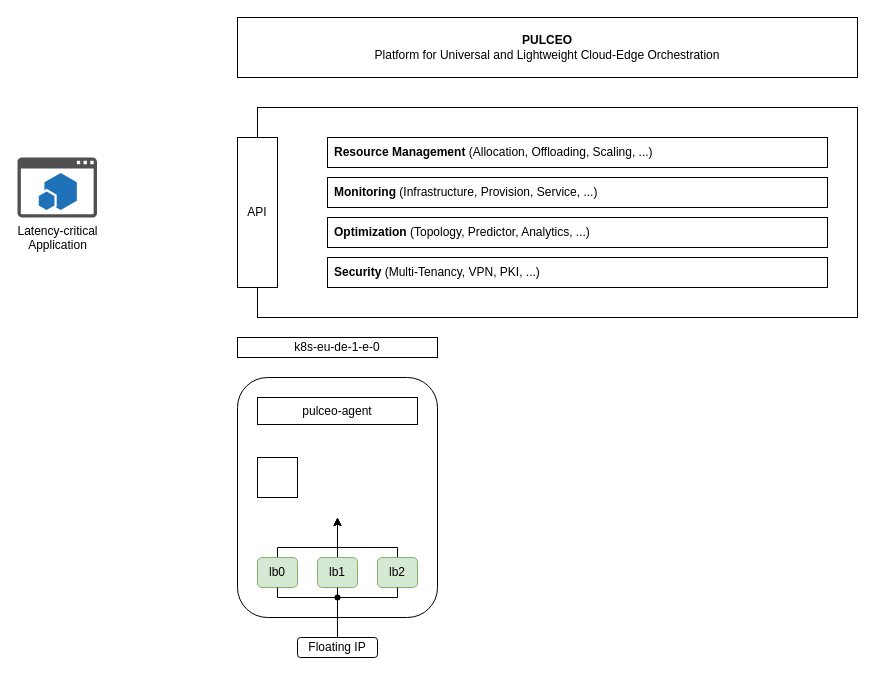
spboehm/pulceo-docs keeps this draw.io diagram as page "Page-1" (1 of 2) of development/assets/pulceo-high-level-overview.drawio. Above is the earlier version. Source tidied: cells renumbered, new cells numbered last; positions are measured from the earlier drawing's top-left corner, leaving out a move shared by most shapes. Both pictures are drawn from the tidied source at 100%, with x=0, y=0 at pixel (17, 17).
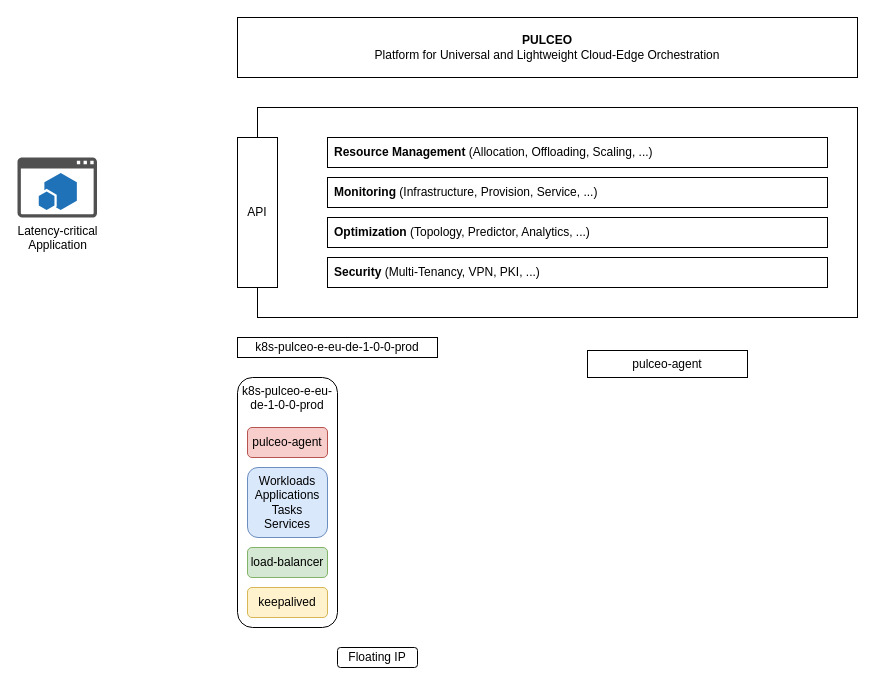
After the change.

Commit message (it also covers changes not shown here):
Deploying to gh-pages from @ spboehm/pulceo-docs@ffb631ba60cb92c48042f91feb1a73885152aa92 🚀

Diff of the diagram source:
```diff
@@
-    <mxCell id="2" style="rounded=1;whiteSpace=wrap;html=1;fillColor=none;" parent="1" vertex="1">
-      <mxGeometry x="220" y="360" width="200" height="240" as="geometry" />
+    <mxCell id="2" value="k8s-pulceo-e-eu-de-1-0-0-prod" style="rounded=1;whiteSpace=wrap;html=1;fillColor=none;verticalAlign=top;fontStyle=0;" parent="1" vertex="1">
+      <mxGeometry x="220" y="360" width="100" height="250" as="geometry" />
     </mxCell>
+    <mxCell id="26" value="Workloads&lt;br&gt;Applications&lt;br&gt;Tasks&lt;br&gt;Services" style="rounded=1;whiteSpace=wrap;html=1;fillColor=#dae8fc;verticalAlign=top;strokeColor=#6c8ebf;" parent="1" vertex="1">
+      <mxGeometry x="230" y="450" width="80" height="70" as="geometry" />
+    </mxCell>
@@
-    <mxCell id="11" style="edgeStyle=orthogonalEdgeStyle;rounded=0;jettySize=auto;html=1;entryX=0.42;entryY=0.565;entryDx=0;entryDy=0;entryPerimeter=0;" parent="1" edge="1" source="12">
-      <mxGeometry relative="1" as="geometry">
-        <mxPoint x="320" y="500" as="targetPoint" />
-        <Array as="points">
-          <mxPoint x="260" y="530" />
-          <mxPoint x="320" y="530" />
-        </Array>
-      </mxGeometry>
-    </mxCell>
-    <mxCell id="12" value="lb0" style="rounded=1;whiteSpace=wrap;html=1;fillColor=#d5e8d4;strokeColor=#82b366;" parent="1" vertex="1">
-      <mxGeometry x="240" y="540" width="40" height="30" as="geometry" />
+    <mxCell id="12" value="load-balancer" style="rounded=1;whiteSpace=wrap;html=1;fillColor=#d5e8d4;strokeColor=#82b366;" parent="1" vertex="1">
+      <mxGeometry x="230" y="530" width="80" height="30" as="geometry" />
     </mxCell>
-    <mxCell id="13" style="edgeStyle=orthogonalEdgeStyle;rounded=0;jettySize=auto;html=1;entryX=0.48;entryY=0.399;entryDx=0;entryDy=0;entryPerimeter=0;" parent="1" edge="1" source="14">
-      <mxGeometry relative="1" as="geometry">
-        <mxPoint x="320" y="500" as="targetPoint" />
-      </mxGeometry>
-    </mxCell>
-    <mxCell id="14" value="lb1" style="rounded=1;whiteSpace=wrap;html=1;fillColor=#d5e8d4;strokeColor=#82b366;" parent="1" vertex="1">
-      <mxGeometry x="300" y="540" width="40" height="30" as="geometry" />
-    </mxCell>
-    <mxCell id="15" style="edgeStyle=orthogonalEdgeStyle;rounded=0;jettySize=auto;html=1;entryX=0.25;entryY=0.5;entryDx=0;entryDy=0;entryPerimeter=0;" parent="1" edge="1" source="16">
-      <mxGeometry relative="1" as="geometry">
-        <mxPoint x="320" y="500" as="targetPoint" />
-        <Array as="points">
-          <mxPoint x="380" y="530" />
-          <mxPoint x="320" y="530" />
-        </Array>
-      </mxGeometry>
-    </mxCell>
-    <mxCell id="16" value="lb2" style="rounded=1;whiteSpace=wrap;html=1;fillColor=#d5e8d4;strokeColor=#82b366;" parent="1" vertex="1">
-      <mxGeometry x="360" y="540" width="40" height="30" as="geometry" />
-    </mxCell>
-    <mxCell id="17" style="shape=waypoint;sketch=0;fillStyle=solid;size=6;points=[];fillColor=none;perimeter=centerPerimeter;snapToPoint=1;" parent="1" vertex="1">
-      <mxGeometry x="300" y="560" width="40" height="40" as="geometry" />
-    </mxCell>
-    <mxCell id="18" style="endArrow=none;html=1;rounded=0;entryX=0.5;entryY=1;entryDx=0;entryDy=0;" parent="1" edge="1" source="17" target="16">
-      <mxGeometry relative="1" as="geometry">
-        <Array as="points">
-          <mxPoint x="380" y="580" />
-        </Array>
-      </mxGeometry>
-    </mxCell>
-    <mxCell id="19" style="endArrow=none;html=1;rounded=0;entryX=0.5;entryY=1;entryDx=0;entryDy=0;exitX=0.504;exitY=0.596;exitDx=0;exitDy=0;exitPerimeter=0;" parent="1" edge="1" source="17" target="14">
-      <mxGeometry relative="1" as="geometry" />
-    </mxCell>
-    <mxCell id="20" style="endArrow=none;html=1;rounded=0;exitX=0.404;exitY=0.568;exitDx=0;exitDy=0;exitPerimeter=0;entryX=0.5;entryY=1;entryDx=0;entryDy=0;" parent="1" edge="1" source="17" target="12">
-      <mxGeometry relative="1" as="geometry">
-        <Array as="points">
-          <mxPoint x="260" y="580" />
-        </Array>
-      </mxGeometry>
-    </mxCell>
     <mxCell id="21" value="Floating IP" style="rounded=1;whiteSpace=wrap;html=1;fillColor=default;" parent="1" vertex="1">
-      <mxGeometry x="280" y="620" width="80" height="20" as="geometry" />
+      <mxGeometry x="320" y="630" width="80" height="20" as="geometry" />
     </mxCell>
-    <mxCell id="22" style="endArrow=none;html=1;rounded=0;" parent="1" edge="1" source="21" target="17">
-      <mxGeometry relative="1" as="geometry" />
-    </mxCell>
-    <mxCell id="23" value="k8s-eu-de-1-e-0" style="rounded=0;whiteSpace=wrap;html=1;fillColor=default;" parent="1" vertex="1">
+    <mxCell id="23" value="k8s-pulceo-e-eu-de-1-0-0-prod" style="rounded=0;whiteSpace=wrap;html=1;fillColor=default;" parent="1" vertex="1">
       <mxGeometry x="220" y="320" width="200" height="20" as="geometry" />
     </mxCell>
     <mxCell id="24" value="pulceo-agent" style="rounded=0;whiteSpace=wrap;html=1;" parent="1" vertex="1">
-      <mxGeometry x="240" y="380" width="160" height="27" as="geometry" />
+      <mxGeometry x="570" y="333" width="160" height="27" as="geometry" />
     </mxCell>
-    <mxCell id="25" style="rounded=0;whiteSpace=wrap;html=1;" parent="1" vertex="1">
-      <mxGeometry x="240" y="440" width="40" height="40" as="geometry" />
-    </mxCell>
+    <mxCell id="27" value="pulceo-agent" style="rounded=1;whiteSpace=wrap;html=1;fillColor=#f8cecc;strokeColor=#b85450;" parent="1" vertex="1">
+      <mxGeometry x="230" y="410" width="80" height="30" as="geometry" />
+    </mxCell>
+    <mxCell id="28" value="keepalived" style="rounded=1;whiteSpace=wrap;html=1;fillColor=#fff2cc;strokeColor=#d6b656;" parent="1" vertex="1">
+      <mxGeometry x="230" y="570" width="80" height="30" as="geometry" />
+    </mxCell>
```
